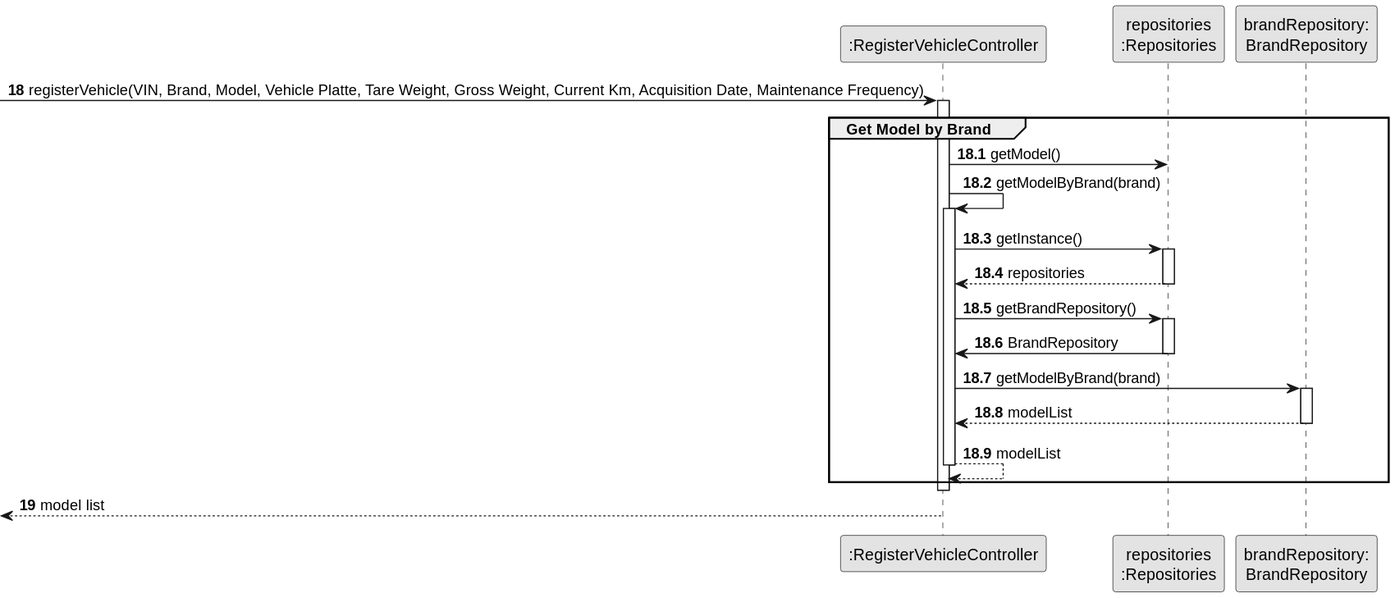
This is docs/sprintB/us006/03.design/svg/us006-sequence-diagram-partial-get-model-by-brand.svg from ricardomm7/leaflink, a PlantUML export, as it was before one commit.
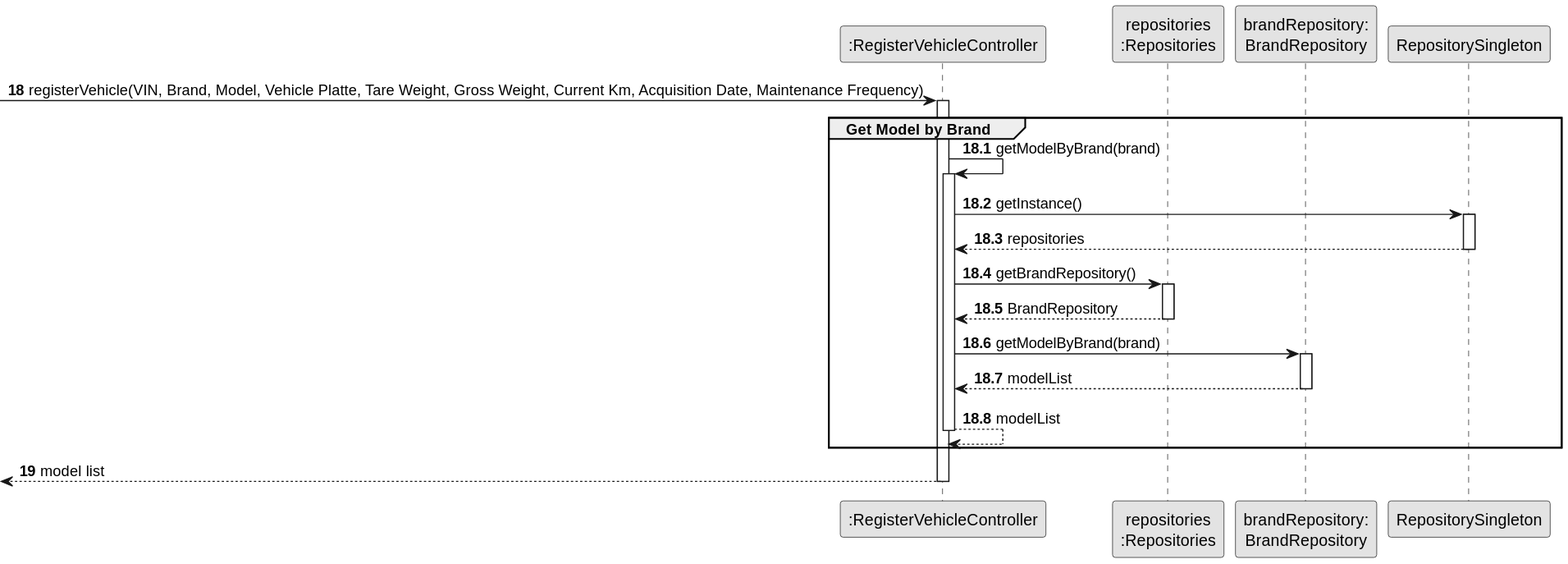
After the change.

The edit, as a diff of the source:
```diff
@@ -14,34 +14,31 @@
 activate CTRL
     group Get Model by Brand
 
-CTRL -> PLAT : getModel()
-            CTRL -> CTRL : getModelByBrand(brand)
-                                activate CTRL
+        CTRL -> CTRL : getModelByBrand(brand)
+        activate CTRL
 
-                                    CTRL -> PLAT : getInstance()
-                                    activate PLAT
+        CTRL -> RepositorySingleton : getInstance()
+        activate RepositorySingleton
 
-                                    PLAT --> CTRL: repositories
-                                    deactivate PLAT
+        RepositorySingleton --> CTRL: repositories
+        deactivate RepositorySingleton
 
-                                    CTRL -> PLAT : getBrandRepository()
-                                    activate PLAT
+        CTRL -> PLAT : getBrandRepository()
+        activate PLAT
 
-                                    PLAT -> CTRL : BrandRepository
-                                    deactivate PLAT
+        PLAT --> CTRL : BrandRepository
+        deactivate PLAT
 
-                                    CTRL -> BrandRepository : getModelByBrand(brand)
-                                    activate BrandRepository
+        CTRL -> BrandRepository : getModelByBrand(brand)
+        activate BrandRepository
 
-                                    BrandRepository --> CTRL : modelList
-                                    deactivate BrandRepository
+        BrandRepository --> CTRL : modelList
+        deactivate BrandRepository
 
-                                CTRL --> CTRL : modelList
-                                deactivate CTRL
+        CTRL --> CTRL : modelList
+        deactivate CTRL
 
     end
-    deactivate CTRL
-
     autonumber 19
     <-- CTRL : model list
 deactivate CTRL
```
